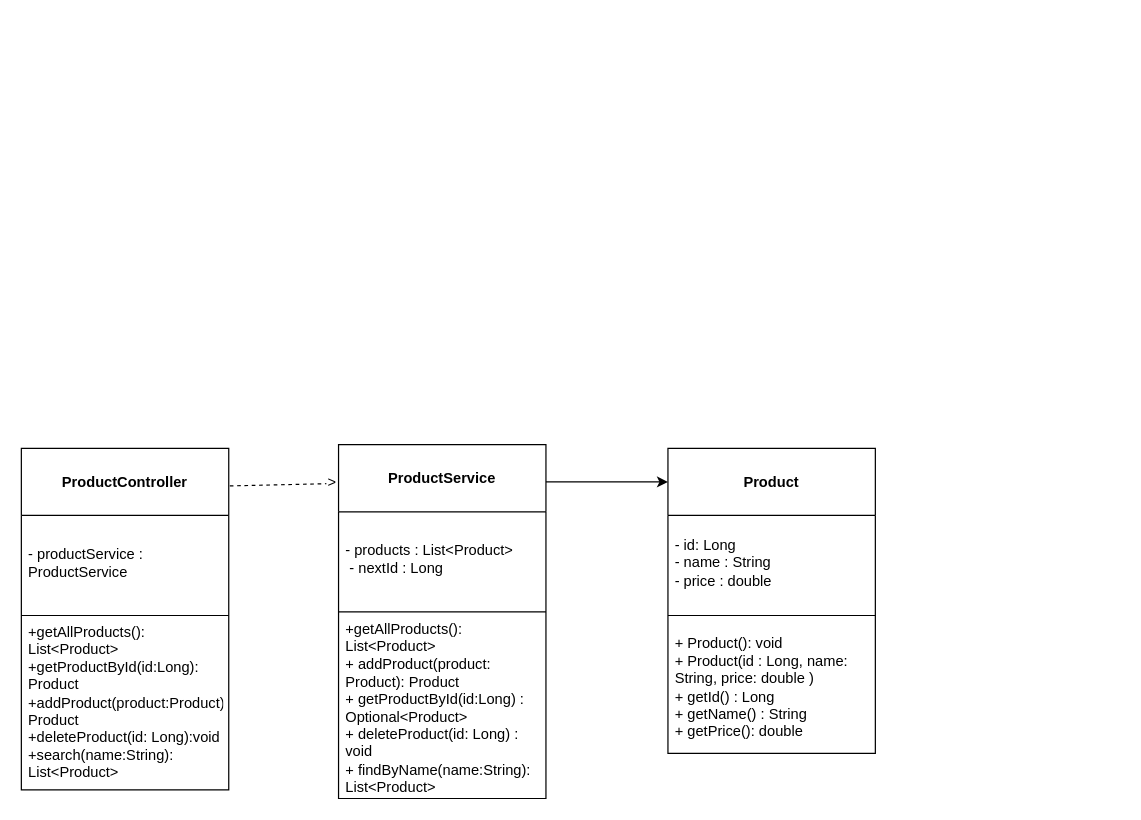
szthaarnav/products-api keeps this draw.io diagram as docs/uml/Product.drawio.xml. Above is the earlier version. Source tidied: cells renumbered, new cells numbered last; positions are measured from the earlier drawing's top-left corner, leaving out a move shared by most shapes. Both pictures are drawn from the tidied source at 122%, with x=0, y=0 at pixel (21, 444).
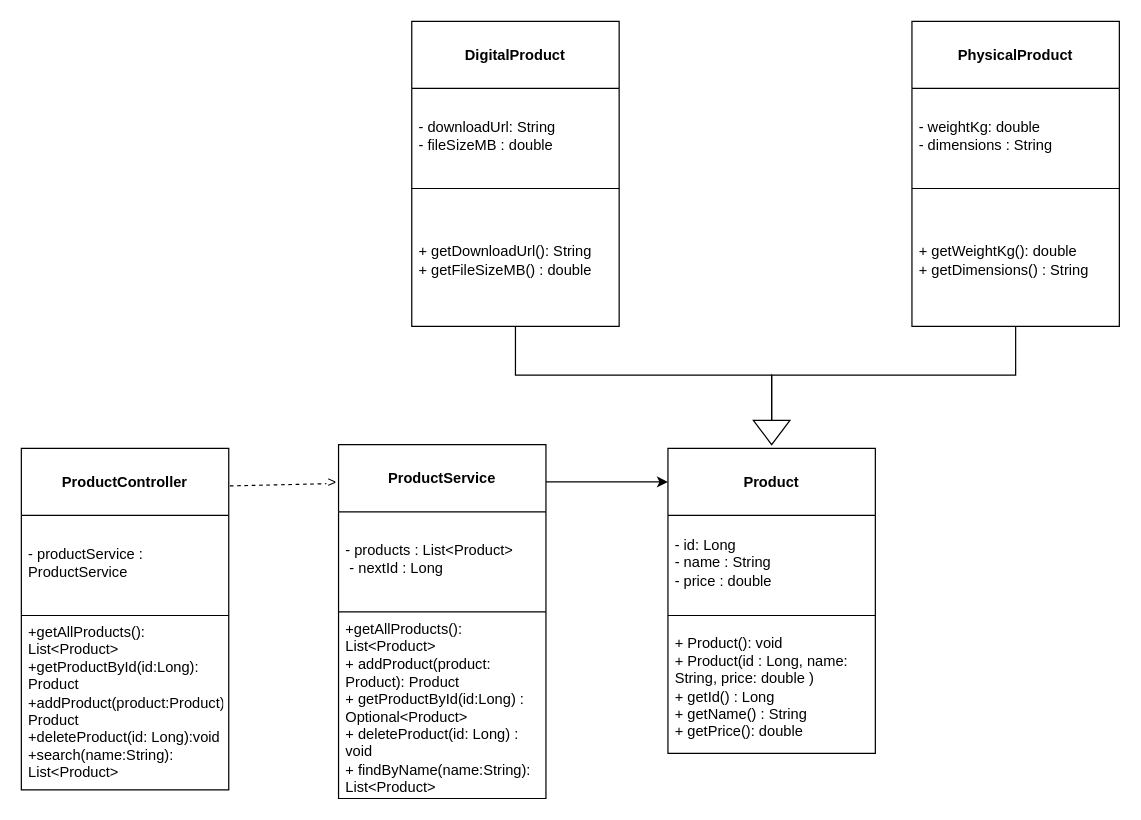
The same diagram, later.

Commit message (it also covers changes not shown here):
Tutorial 4: inheritance hierarchy - DigitalProduct and PhysicalProduct

What changed in the source:
```diff
@@
+    <mxCell id="17" style="triangle;whiteSpace=wrap;html=1;shapeInside=1;rotation=90;" parent="1" vertex="1">
+      <mxGeometry x="605" y="-25" width="20" height="30" as="geometry" />
+    </mxCell>
+    <mxCell id="18" value="&lt;br&gt;&lt;b&gt;DigitalProduct&lt;/b&gt;&lt;div&gt;&lt;br&gt;&lt;/div&gt;" style="swimlane;fontStyle=0;align=center;verticalAlign=top;horizontal=1;startSize=55;html=1;whiteSpace=wrap;" parent="1" vertex="1">
+      <mxGeometry x="320" y="-347" width="170" height="250" as="geometry" />
+    </mxCell>
+    <mxCell id="19" value="&lt;div&gt;- downloadUrl: String&lt;/div&gt;&lt;div&gt;- fileSizeMB : double&lt;/div&gt;" style="text;html=1;strokeColor=none;fillColor=none;align=left;verticalAlign=middle;spacingLeft=4;spacingRight=4;overflow=hidden;whiteSpace=wrap;" parent="18" vertex="1">
+      <mxGeometry y="55" width="170" height="78" as="geometry" />
+    </mxCell>
+    <mxCell id="20" style="line;strokeWidth=1;fillColor=none;align=left;verticalAlign=middle;spacingTop=-1;spacingLeft=3;spacingRight=3;labelPosition=right;" parent="18" vertex="1">
+      <mxGeometry y="133" width="170" height="8" as="geometry" />
+    </mxCell>
+    <mxCell id="21" value="+ getDownloadUrl(): String&lt;div&gt;+ getFileSizeMB() : double&lt;br&gt;&lt;/div&gt;" style="text;html=1;strokeColor=none;fillColor=none;align=left;verticalAlign=middle;spacingLeft=4;spacingRight=4;overflow=hidden;whiteSpace=wrap;" parent="18" vertex="1">
+      <mxGeometry y="141" width="170" height="109" as="geometry" />
+    </mxCell>
+    <mxCell id="22" value="&lt;br&gt;&lt;b&gt;PhysicalProduct&lt;/b&gt;&lt;div&gt;&lt;br&gt;&lt;/div&gt;" style="swimlane;fontStyle=0;align=center;verticalAlign=top;horizontal=1;startSize=55;html=1;whiteSpace=wrap;" parent="1" vertex="1">
+      <mxGeometry x="730" y="-347" width="170" height="250" as="geometry" />
+    </mxCell>
+    <mxCell id="23" value="&lt;div&gt;- weightKg: double&lt;/div&gt;&lt;div&gt;- dimensions : String&lt;/div&gt;" style="text;html=1;strokeColor=none;fillColor=none;align=left;verticalAlign=middle;spacingLeft=4;spacingRight=4;overflow=hidden;whiteSpace=wrap;" parent="22" vertex="1">
+      <mxGeometry y="55" width="170" height="78" as="geometry" />
+    </mxCell>
+    <mxCell id="24" style="line;strokeWidth=1;fillColor=none;align=left;verticalAlign=middle;spacingTop=-1;spacingLeft=3;spacingRight=3;labelPosition=right;" parent="22" vertex="1">
+      <mxGeometry y="133" width="170" height="8" as="geometry" />
+    </mxCell>
+    <mxCell id="25" value="+ getWeightKg(): double&lt;div&gt;+ getDimensions() : String&lt;/div&gt;" style="text;html=1;strokeColor=none;fillColor=none;align=left;verticalAlign=middle;spacingLeft=4;spacingRight=4;overflow=hidden;whiteSpace=wrap;" parent="22" vertex="1">
+      <mxGeometry y="141" width="170" height="109" as="geometry" />
+    </mxCell>
+    <mxCell id="26" style="endArrow=none;html=1;rounded=0;defaultLabelBackgroundColor=page;exitX=0.5;exitY=1;exitDx=0;exitDy=0;entryX=0;entryY=0.5;entryDx=0;entryDy=0;" parent="1" edge="1">
+      <mxGeometry relative="1" as="geometry">
+        <mxPoint x="405" y="-97" as="sourcePoint" />
+        <mxPoint x="615" y="-20" as="targetPoint" />
+        <Array as="points">
+          <mxPoint x="405" y="-57" />
+          <mxPoint x="615" y="-57" />
+        </Array>
+      </mxGeometry>
+    </mxCell>
+    <mxCell id="27" style="endArrow=none;html=1;rounded=0;defaultLabelBackgroundColor=page;exitX=0;exitY=0.5;exitDx=0;exitDy=0;entryX=0.5;entryY=1;entryDx=0;entryDy=0;" parent="1" edge="1" source="17" target="22">
+      <mxGeometry relative="1" as="geometry">
+        <Array as="points">
+          <mxPoint x="615" y="-57" />
+          <mxPoint x="815" y="-57" />
+        </Array>
+      </mxGeometry>
+    </mxCell>
```
